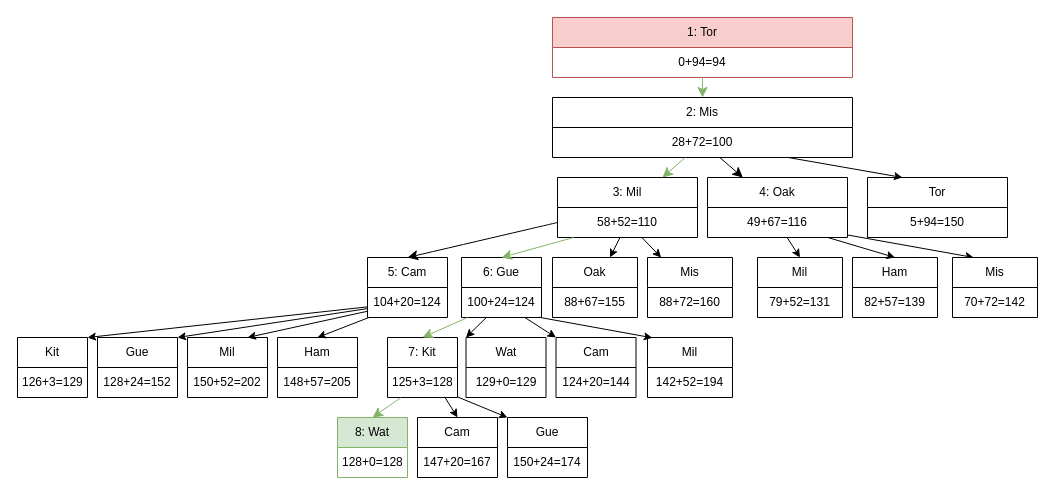
The draw.io diagram A1/486A1Q1.drawio in V2arK/CS486, before the edit. Source tidied: cells renumbered, new cells numbered last; positions are measured from the earlier drawing's top-left corner, leaving out a move shared by most shapes. Both pictures are drawn from the tidied source at 100%, with x=0, y=0 at pixel (17, 17).
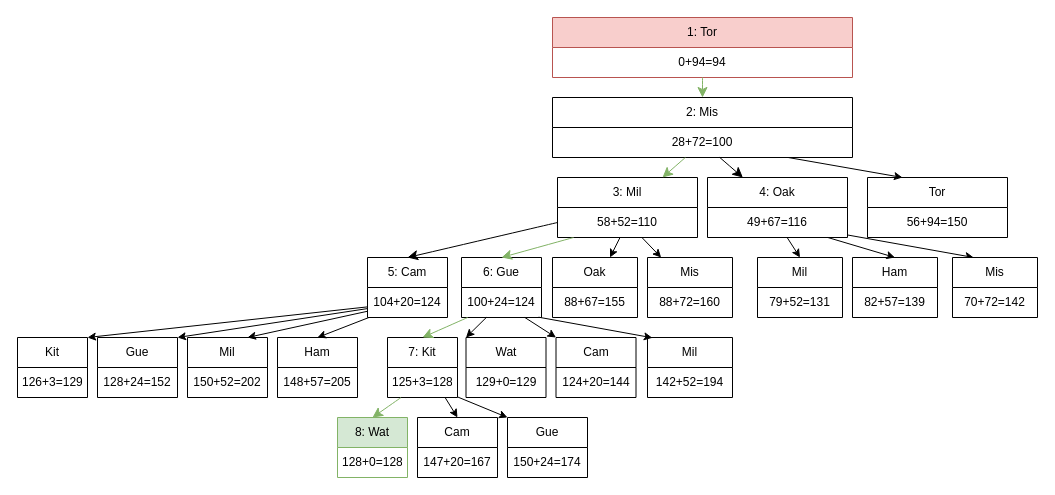
The same diagram, later.

Unchanged cells that the change refers to:
```xml
<mxCell id="50" value="Tor" style="swimlane;fontStyle=0;horizontal=1;startSize=30;whiteSpace=wrap;html=1;" parent="1" vertex="1">
  <mxGeometry x="850" y="160" width="140" height="60" as="geometry" />
</mxCell>
```

Diff of the diagram source:
```diff
@@
-    <mxCell id="51" value="5+94=150" style="text;strokeColor=none;fillColor=none;align=center;verticalAlign=middle;spacingLeft=4;spacingRight=4;overflow=hidden;whiteSpace=wrap;html=1;" parent="50" vertex="1">
+    <mxCell id="51" value="56+94=150" style="text;strokeColor=none;fillColor=none;align=center;verticalAlign=middle;spacingLeft=4;spacingRight=4;overflow=hidden;whiteSpace=wrap;html=1;" parent="50" vertex="1">
       <mxGeometry y="30" width="140" height="30" as="geometry" />
     </mxCell>
```
